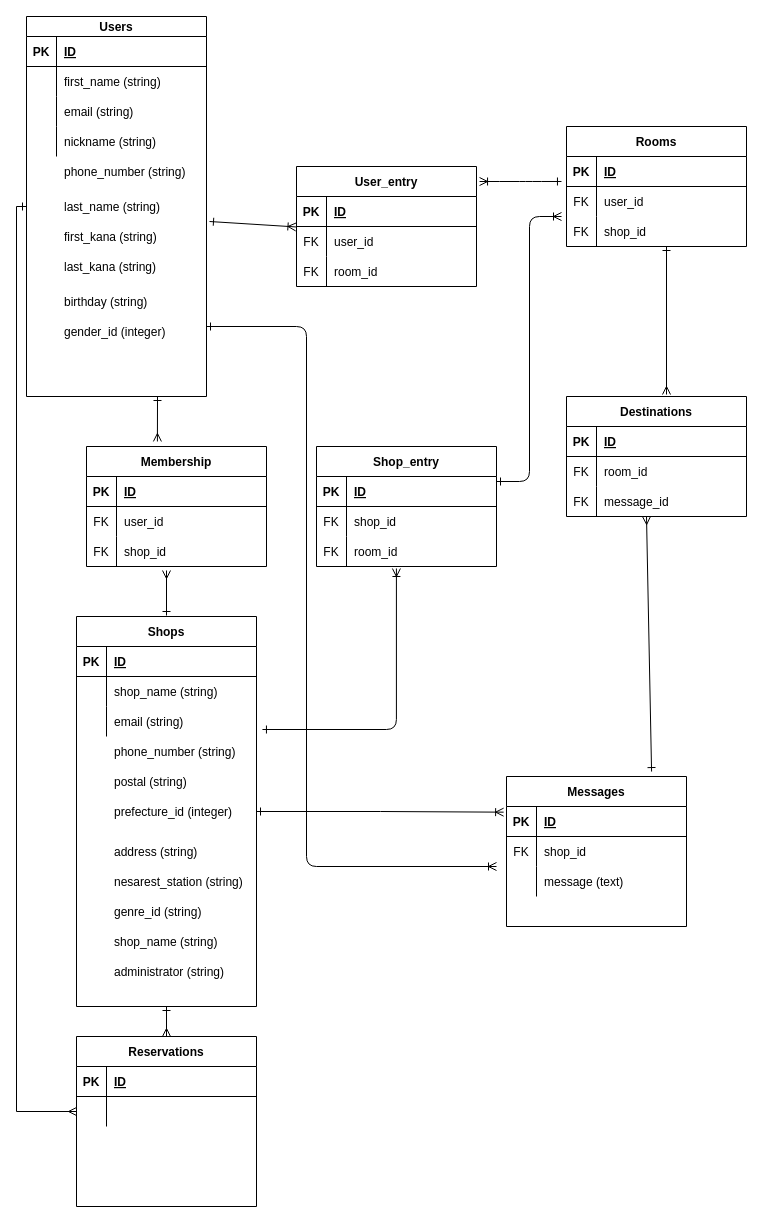
Earlier version of the draw.io diagram ikitsuke.dio (taip315/aketate). Source tidied: cells renumbered, new cells numbered last; positions are measured from the earlier drawing's top-left corner, leaving out a move shared by most shapes. Both pictures are drawn from the tidied source at 100%, with x=0, y=0 at pixel (16, 16).
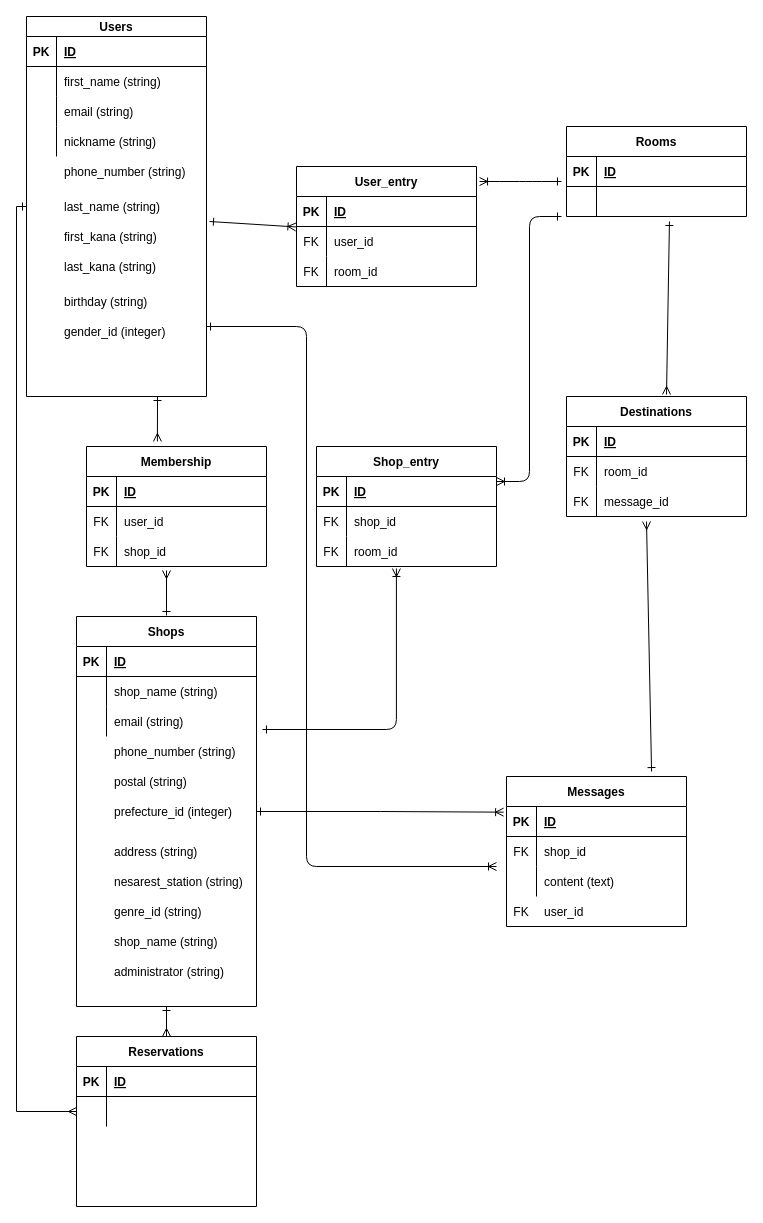
The same page after the edit.

Unchanged cells that the change refers to:
```xml
<mxCell id="62" style="shape=partialRectangle;fillColor=none;top=0;left=0;bottom=1;right=0;points=[[0,0.5],[1,0.5]];portConstraint=eastwest;" parent="61" vertex="1">
  <mxGeometry y="30" width="180" height="30" as="geometry" />
</mxCell>
<mxCell id="71" value="Messages" style="shape=table;startSize=30;childLayout=tableLayout;rowLines=0;fontStyle=1;align=center;" parent="1" vertex="1">
  <mxGeometry x="490" y="760" width="180" height="150" as="geometry" />
</mxCell>
<mxCell id="78" style="shape=partialRectangle;fillColor=none;top=0;left=0;bottom=0;right=0;" parent="71" vertex="1">
  <mxGeometry y="90" width="180" height="30" as="geometry" />
</mxCell>
```

Diff of the diagram source:
```diff
@@
     <mxCell id="2" value="Rooms" style="shape=table;startSize=30;childLayout=tableLayout;rowLines=0;fontStyle=1;align=center;" parent="1" vertex="1">
-      <mxGeometry x="550" y="110" width="180" height="120" as="geometry" />
+      <mxGeometry x="550" y="110" width="180" height="90" as="geometry" />
     </mxCell>
@@
-    <mxCell id="6" style="shape=partialRectangle;fillColor=none;top=0;left=0;bottom=0;right=0;" parent="2" vertex="1">
-      <mxGeometry y="60" width="180" height="30" as="geometry" />
-    </mxCell>
-    <mxCell id="7" value="FK" style="shape=partialRectangle;fillColor=none;top=0;left=0;bottom=0;right=0;overflow=hidden;" parent="6" vertex="1">
-      <mxGeometry width="30" height="30" as="geometry" />
-    </mxCell>
-    <mxCell id="8" value="user_id" style="shape=partialRectangle;fillColor=none;top=0;left=0;bottom=0;right=0;align=left;spacingLeft=6;overflow=hidden;" parent="6" vertex="1">
-      <mxGeometry x="30" width="150" height="30" as="geometry" />
-    </mxCell>
     <mxCell id="9" style="shape=partialRectangle;fillColor=none;top=0;left=0;bottom=0;right=0;points=[[0,0.5],[1,0.5]];portConstraint=eastwest;" parent="2" vertex="1">
-      <mxGeometry y="90" width="180" height="30" as="geometry" />
+      <mxGeometry y="60" width="180" height="30" as="geometry" />
     </mxCell>
-    <mxCell id="10" value="FK" style="shape=partialRectangle;fillColor=none;top=0;left=0;bottom=0;right=0;overflow=hidden;" parent="9" vertex="1">
+    <mxCell id="10" style="shape=partialRectangle;fillColor=none;top=0;left=0;bottom=0;right=0;overflow=hidden;" parent="9" vertex="1">
       <mxGeometry width="30" height="30" as="geometry" />
     </mxCell>
-    <mxCell id="11" value="shop_id" style="shape=partialRectangle;fillColor=none;top=0;left=0;bottom=0;right=0;align=left;spacingLeft=6;overflow=hidden;" parent="9" vertex="1">
+    <mxCell id="11" style="shape=partialRectangle;fillColor=none;top=0;left=0;bottom=0;right=0;align=left;spacingLeft=6;overflow=hidden;" parent="9" vertex="1">
       <mxGeometry x="30" width="150" height="30" as="geometry" />
     </mxCell>
@@
-    <mxCell id="80" value="message (text)" style="shape=partialRectangle;fillColor=none;top=0;left=0;bottom=0;right=0;align=left;spacingLeft=6;overflow=hidden;" parent="78" vertex="1">
+    <mxCell id="80" value="content (text)" style="shape=partialRectangle;fillColor=none;top=0;left=0;bottom=0;right=0;align=left;spacingLeft=6;overflow=hidden;" parent="78" vertex="1">
       <mxGeometry x="30" width="150" height="30" as="geometry" />
     </mxCell>
@@
-    <mxCell id="96" style="edgeStyle=elbowEdgeStyle;fontSize=12;html=1;endArrow=ERoneToMany;startArrow=ERone;startFill=0;exitX=1;exitY=0.167;exitDx=0;exitDy=0;exitPerimeter=0;" parent="1" edge="1" source="62">
+    <mxCell id="96" style="edgeStyle=elbowEdgeStyle;fontSize=12;html=1;endArrow=ERone;startArrow=ERoneToMany;startFill=0;exitX=1;exitY=0.167;exitDx=0;exitDy=0;exitPerimeter=0;endFill=0;" parent="1" edge="1" source="62">
       <mxGeometry relative="1" as="geometry">
         <mxPoint x="545" y="200" as="targetPoint" />
       </mxGeometry>
     </mxCell>
@@
-    <mxCell id="98" style="fontSize=12;html=1;endArrow=ERone;startArrow=ERmany;startFill=0;endFill=0;elbow=vertical;" parent="1" edge="1">
+    <mxCell id="98" style="fontSize=12;html=1;endArrow=ERone;startArrow=ERmany;startFill=0;endFill=0;elbow=vertical;entryX=0.572;entryY=1.167;entryDx=0;entryDy=0;entryPerimeter=0;" parent="1" edge="1" target="9">
       <mxGeometry relative="1" as="geometry">
         <mxPoint x="650" y="378" as="sourcePoint" />
-        <mxPoint x="650" y="230" as="targetPoint" />
       </mxGeometry>
     </mxCell>
-    <mxCell id="99" style="fontSize=12;html=1;endArrow=ERmany;startArrow=ERone;startFill=0;endFill=0;entryX=0.778;entryY=1.1;entryDx=0;entryDy=0;entryPerimeter=0;exitX=0.806;exitY=-0.033;exitDx=0;exitDy=0;exitPerimeter=0;" parent="1" edge="1" source="71">
+    <mxCell id="99" style="fontSize=12;html=1;endArrow=ERmany;startArrow=ERone;startFill=0;endFill=0;exitX=0.806;exitY=-0.033;exitDx=0;exitDy=0;exitPerimeter=0;" parent="1" edge="1" source="71">
       <mxGeometry relative="1" as="geometry">
-        <mxPoint x="630" y="500" as="targetPoint" />
+        <mxPoint x="630" y="505" as="targetPoint" />
       </mxGeometry>
     </mxCell>
@@
+    <mxCell id="8" value="user_id" style="shape=partialRectangle;fillColor=none;top=0;left=0;bottom=0;right=0;align=left;spacingLeft=6;overflow=hidden;" parent="1" vertex="1">
+      <mxGeometry x="520" y="880" width="150" height="30" as="geometry" />
+    </mxCell>
+    <mxCell id="7" value="FK" style="shape=partialRectangle;fillColor=none;top=0;left=0;bottom=0;right=0;overflow=hidden;" parent="1" vertex="1">
+      <mxGeometry x="490" y="880" width="30" height="30" as="geometry" />
+    </mxCell>
```
